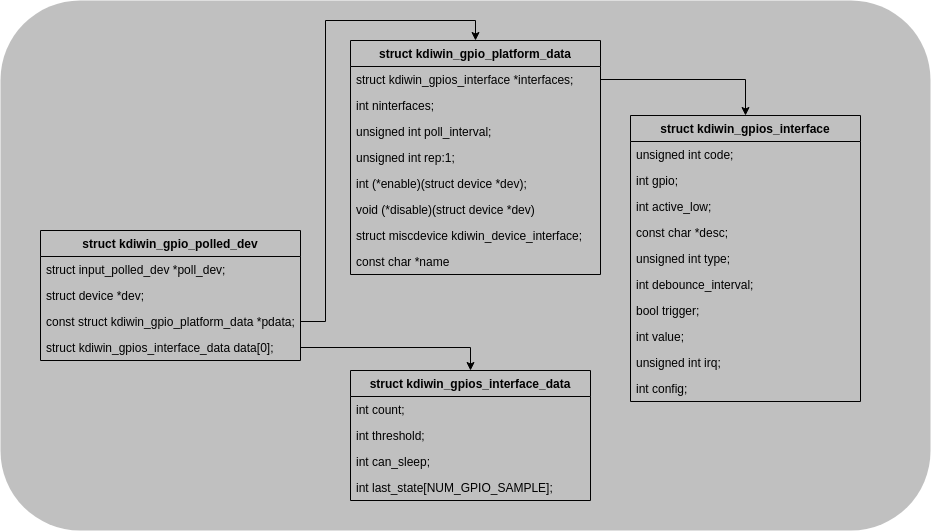
This is images/gpio_polled.drawio.png from lchy0113/tcc_develop, a draw.io export, as it was before one commit. Source tidied: cells renumbered, new cells last; positions are measured from the earlier drawing's top-left corner, leaving out a move shared by most shapes.
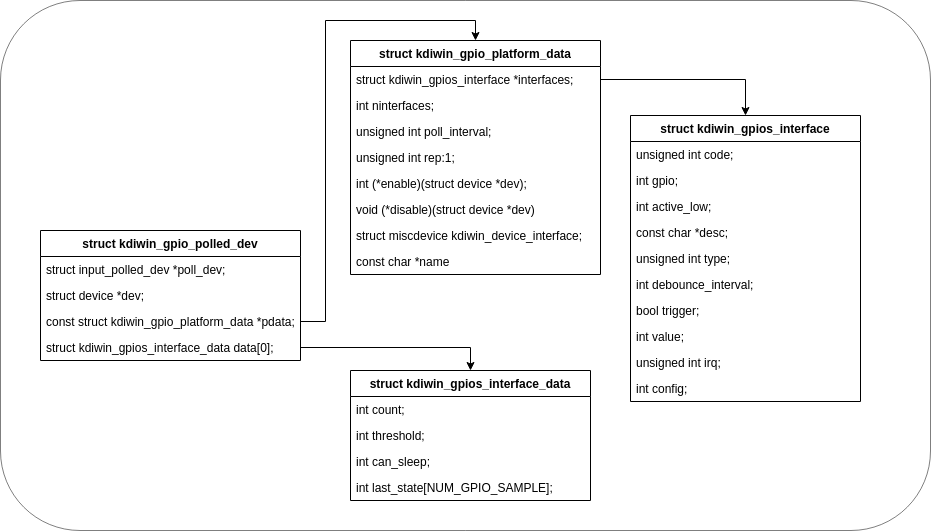
Above is the later version.

Change to the diagram source:
```diff
@@ -2,7 +2,7 @@
   <root>
     <mxCell id="0" />
     <mxCell id="1" parent="0" />
-    <mxCell id="2" style="rounded=1;whiteSpace=wrap;html=1;fillColor=#828282;fontColor=#333333;strokeColor=none;opacity=50;glass=0;sketch=0;shadow=0;" parent="1" vertex="1">
+    <mxCell id="2" style="rounded=1;whiteSpace=wrap;html=1;opacity=50;glass=0;sketch=0;shadow=0;" parent="1" vertex="1">
       <mxGeometry width="930" height="530" as="geometry" />
     </mxCell>
     <mxCell id="3" value="struct kdiwin_gpio_platform_data" style="swimlane;fontStyle=1;horizontal=1;startSize=26;fillColor=none;" parent="1" vertex="1">
```
